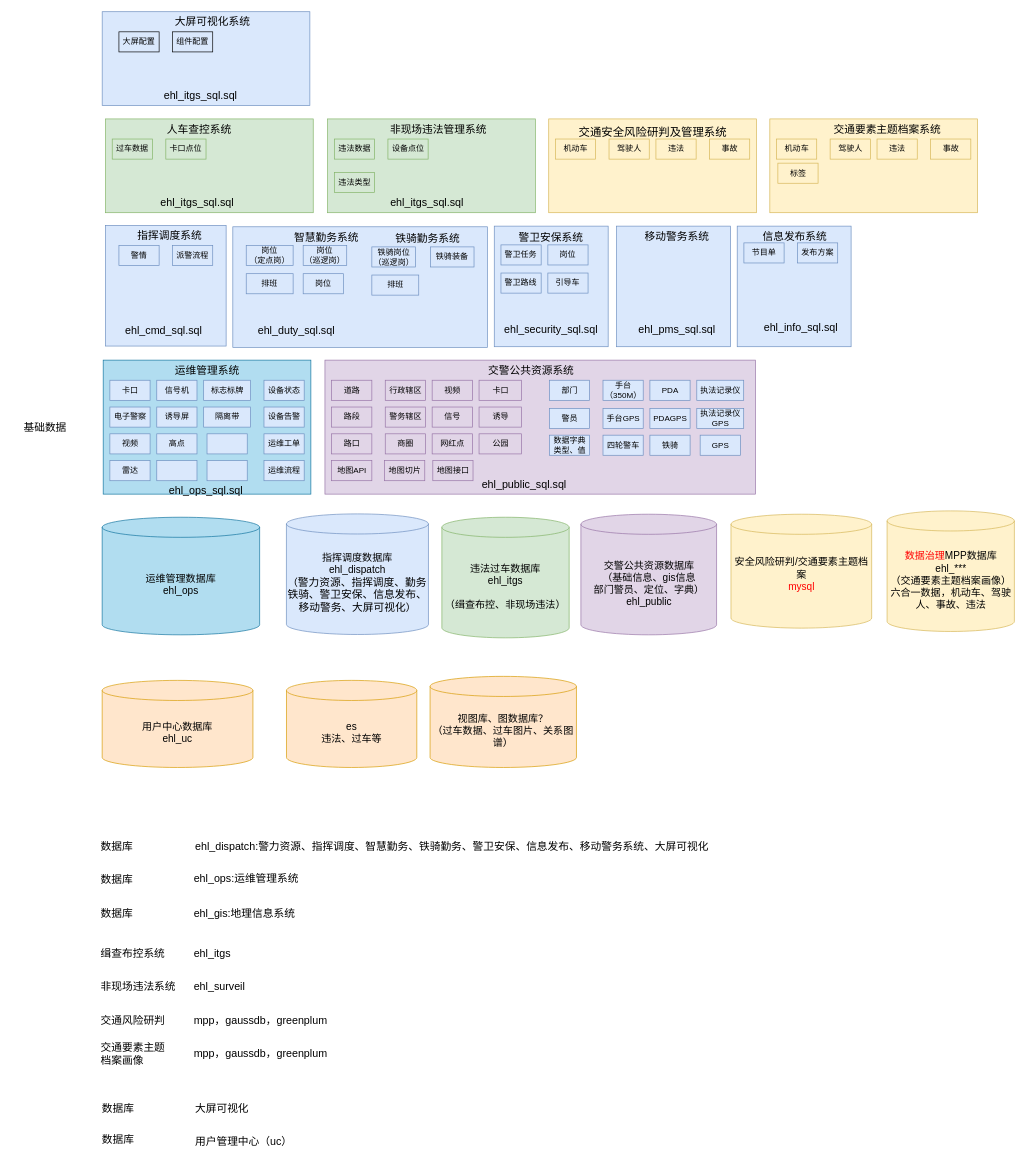
Above: page "数据库架构图" (2 of 3) of 应用基线产品架构.drawio in bj-ehualu/drawio (draw.io), before the change. Source tidied: cells renumbered, new cells numbered last; positions are measured from the earlier drawing's top-left corner, leaving out a move shared by most shapes. Both pictures are drawn from the tidied source at 67%, with x=0, y=0 at pixel (11, 11).
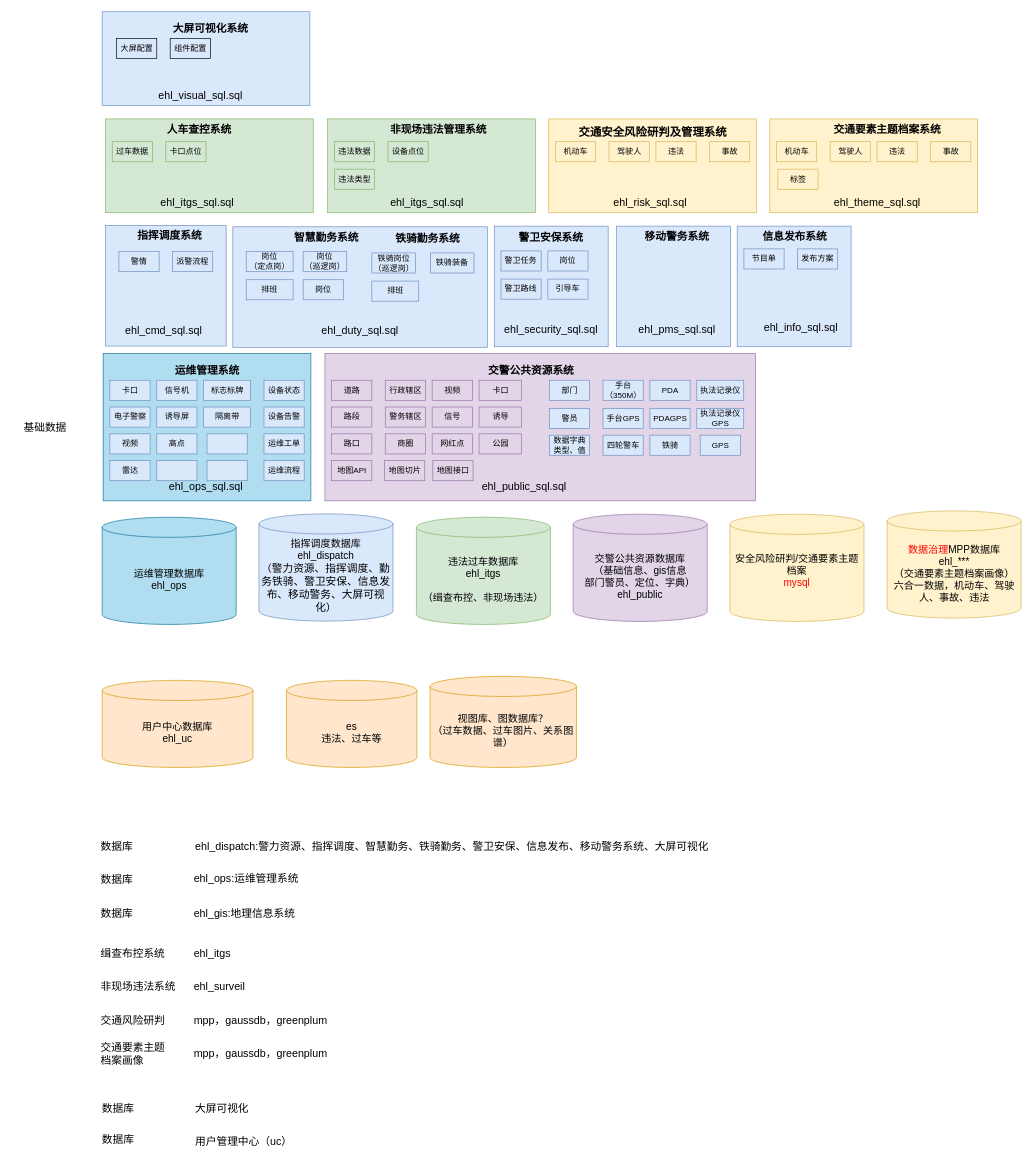
After the change.

Commit message (it also covers changes not shown here):
更新应用基线产品架构.drawio

The edit, as a diff of the source:
```diff
@@
     <mxCell id="2" style="rounded=0;whiteSpace=wrap;html=1;fillColor=#e1d5e7;strokeColor=#9673a6;" parent="1" vertex="1">
-      <mxGeometry x="467.5" y="520" width="642.5" height="200" as="geometry" />
+      <mxGeometry x="467.5" y="510" width="642.5" height="220" as="geometry" />
     </mxCell>
@@
-    <mxCell id="4" value="指挥调度系统" style="text;html=1;align=center;verticalAlign=middle;whiteSpace=wrap;rounded=0;fontSize=16;fillColor=none;strokeColor=none;" parent="1" vertex="1">
+    <mxCell id="4" value="指挥调度系统" style="text;html=1;align=center;verticalAlign=middle;whiteSpace=wrap;rounded=0;fontSize=16;fillColor=none;strokeColor=none;fontStyle=1;" parent="1" vertex="1">
       <mxGeometry x="186" y="319" width="100" height="30" as="geometry" />
     </mxCell>
@@
-    <mxCell id="9" value="智慧勤务系统" style="text;html=1;align=center;verticalAlign=middle;whiteSpace=wrap;rounded=0;fontSize=16;fillColor=none;strokeColor=none;" parent="1" vertex="1">
+    <mxCell id="9" value="智慧勤务系统" style="text;html=1;align=center;verticalAlign=middle;whiteSpace=wrap;rounded=0;fontSize=16;fillColor=none;strokeColor=none;fontStyle=1;" parent="1" vertex="1">
       <mxGeometry x="420" y="321" width="100" height="30" as="geometry" />
     </mxCell>
     <mxCell id="10" value="警情" style="rounded=0;whiteSpace=wrap;html=1;fillColor=#dae8fc;strokeColor=#6c8ebf;" parent="1" vertex="1">
-      <mxGeometry x="160" y="349" width="60" height="30" as="geometry" />
+      <mxGeometry x="160" y="358" width="60" height="30" as="geometry" />
     </mxCell>
     <mxCell id="11" value="派警流程" style="rounded=0;whiteSpace=wrap;html=1;fillColor=#dae8fc;strokeColor=#6c8ebf;" parent="1" vertex="1">
-      <mxGeometry x="240" y="349" width="60" height="30" as="geometry" />
+      <mxGeometry x="240" y="358" width="60" height="30" as="geometry" />
     </mxCell>
@@
     <mxCell id="22" style="rounded=0;whiteSpace=wrap;html=1;fillColor=#b1ddf0;strokeColor=#10739e;" parent="1" vertex="1">
-      <mxGeometry x="136.5" y="520" width="310" height="200" as="geometry" />
+      <mxGeometry x="136.5" y="510" width="310" height="220" as="geometry" />
     </mxCell>
@@
-    <mxCell id="36" value="交警公共资源系统" style="text;html=1;align=center;verticalAlign=middle;whiteSpace=wrap;rounded=0;fontSize=16;fillColor=none;strokeColor=none;" parent="1" vertex="1">
+    <mxCell id="36" value="交警公共资源系统" style="text;html=1;align=center;verticalAlign=middle;whiteSpace=wrap;rounded=0;fontSize=16;fillColor=none;strokeColor=none;fontStyle=1;" parent="1" vertex="1">
       <mxGeometry x="697.5" y="520" width="155" height="29" as="geometry" />
     </mxCell>
-    <mxCell id="37" value="运维管理系统" style="text;html=1;align=center;verticalAlign=middle;whiteSpace=wrap;rounded=0;fontSize=16;" parent="1" vertex="1">
+    <mxCell id="37" value="运维管理系统" style="text;html=1;align=center;verticalAlign=middle;whiteSpace=wrap;rounded=0;fontSize=16;fontStyle=1;" parent="1" vertex="1">
       <mxGeometry x="241.5" y="520" width="100" height="30" as="geometry" />
     </mxCell>
@@
     <mxCell id="52" value="岗位&lt;div&gt;（定点岗）&lt;/div&gt;" style="rounded=0;whiteSpace=wrap;html=1;fillColor=#dae8fc;strokeColor=#6c8ebf;" parent="1" vertex="1">
-      <mxGeometry x="350" y="349" width="70" height="30" as="geometry" />
+      <mxGeometry x="350" y="358" width="70" height="30" as="geometry" />
     </mxCell>
     <mxCell id="53" value="排班" style="rounded=0;whiteSpace=wrap;html=1;fillColor=#dae8fc;strokeColor=#6c8ebf;" parent="1" vertex="1">
-      <mxGeometry x="350" y="391" width="70" height="30" as="geometry" />
+      <mxGeometry x="350" y="400" width="70" height="30" as="geometry" />
     </mxCell>
     <mxCell id="54" value="岗位&lt;br&gt;（巡逻岗）" style="rounded=0;whiteSpace=wrap;html=1;fillColor=#dae8fc;strokeColor=#6c8ebf;" parent="1" vertex="1">
-      <mxGeometry x="435" y="349" width="65" height="30" as="geometry" />
+      <mxGeometry x="435" y="358" width="65" height="30" as="geometry" />
     </mxCell>
     <mxCell id="55" value="岗位" style="rounded=0;whiteSpace=wrap;html=1;fillColor=#dae8fc;strokeColor=#6c8ebf;" parent="1" vertex="1">
-      <mxGeometry x="435" y="391" width="60" height="30" as="geometry" />
+      <mxGeometry x="435" y="400" width="60" height="30" as="geometry" />
     </mxCell>
-    <mxCell id="56" value="铁骑勤务系统" style="text;html=1;align=center;verticalAlign=middle;whiteSpace=wrap;rounded=0;fontSize=16;fillColor=none;strokeColor=none;" parent="1" vertex="1">
+    <mxCell id="56" value="铁骑勤务系统" style="text;html=1;align=center;verticalAlign=middle;whiteSpace=wrap;rounded=0;fontSize=16;fillColor=none;strokeColor=none;fontStyle=1;" parent="1" vertex="1">
       <mxGeometry x="571" y="323" width="100" height="30" as="geometry" />
     </mxCell>
     <mxCell id="57" value="排班" style="rounded=0;whiteSpace=wrap;html=1;fillColor=#dae8fc;strokeColor=#6c8ebf;" parent="1" vertex="1">
-      <mxGeometry x="537.5" y="393" width="70" height="30" as="geometry" />
+      <mxGeometry x="537.5" y="402" width="70" height="30" as="geometry" />
     </mxCell>
     <mxCell id="58" value="铁骑岗位&lt;br&gt;（巡逻岗）" style="rounded=0;whiteSpace=wrap;html=1;fillColor=#dae8fc;strokeColor=#6c8ebf;" parent="1" vertex="1">
-      <mxGeometry x="537.5" y="351" width="65" height="30" as="geometry" />
+      <mxGeometry x="537.5" y="360" width="65" height="30" as="geometry" />
     </mxCell>
@@
-    <mxCell id="60" value="人车查控系统" style="text;html=1;align=center;verticalAlign=middle;whiteSpace=wrap;rounded=0;fontSize=16;fillColor=none;strokeColor=none;" parent="1" vertex="1">
+    <mxCell id="60" value="人车查控系统" style="text;html=1;align=center;verticalAlign=middle;whiteSpace=wrap;rounded=0;fontSize=16;fillColor=none;strokeColor=none;fontStyle=1;" parent="1" vertex="1">
       <mxGeometry x="230" y="160" width="100" height="30" as="geometry" />
     </mxCell>
     <mxCell id="61" value="过车数据" style="rounded=0;whiteSpace=wrap;html=1;fillColor=#d5e8d4;strokeColor=#82b366;" parent="1" vertex="1">
-      <mxGeometry x="150" y="190" width="60" height="30" as="geometry" />
+      <mxGeometry x="150" y="194" width="60" height="30" as="geometry" />
     </mxCell>
     <mxCell id="62" value="卡口点位" style="rounded=0;whiteSpace=wrap;html=1;fillColor=#d5e8d4;strokeColor=#82b366;" parent="1" vertex="1">
-      <mxGeometry x="230" y="190" width="60" height="30" as="geometry" />
+      <mxGeometry x="230" y="194" width="60" height="30" as="geometry" />
     </mxCell>
@@
-    <mxCell id="64" value="非现场违法管理系统" style="text;html=1;align=center;verticalAlign=middle;whiteSpace=wrap;rounded=0;fontSize=16;fillColor=none;strokeColor=none;" parent="1" vertex="1">
+    <mxCell id="64" value="非现场违法管理系统" style="text;html=1;align=center;verticalAlign=middle;whiteSpace=wrap;rounded=0;fontSize=16;fillColor=none;strokeColor=none;fontStyle=1;" parent="1" vertex="1">
       <mxGeometry x="561.5" y="160" width="150" height="30" as="geometry" />
     </mxCell>
     <mxCell id="65" value="违法数据" style="rounded=0;whiteSpace=wrap;html=1;fillColor=#d5e8d4;strokeColor=#82b366;" parent="1" vertex="1">
-      <mxGeometry x="481.5" y="190" width="60" height="30" as="geometry" />
+      <mxGeometry x="481.5" y="194" width="60" height="30" as="geometry" />
     </mxCell>
     <mxCell id="66" value="设备点位" style="rounded=0;whiteSpace=wrap;html=1;fillColor=#d5e8d4;strokeColor=#82b366;" parent="1" vertex="1">
-      <mxGeometry x="561.5" y="190" width="60" height="30" as="geometry" />
+      <mxGeometry x="561.5" y="194" width="60" height="30" as="geometry" />
     </mxCell>
@@
-    <mxCell id="68" value="交通要素主题档案系统" style="text;html=1;align=center;verticalAlign=middle;whiteSpace=wrap;rounded=0;fontSize=16;fillColor=none;strokeColor=none;" parent="1" vertex="1">
+    <mxCell id="68" value="交通要素主题档案系统" style="text;html=1;align=center;verticalAlign=middle;whiteSpace=wrap;rounded=0;fontSize=16;fillColor=none;strokeColor=none;fontStyle=1;" parent="1" vertex="1">
       <mxGeometry x="1221.5" y="160" width="170" height="30" as="geometry" />
     </mxCell>
     <mxCell id="69" value="机动车" style="rounded=0;whiteSpace=wrap;html=1;fillColor=#fff2cc;strokeColor=#d6b656;" parent="1" vertex="1">
-      <mxGeometry x="1141.5" y="190" width="60" height="30" as="geometry" />
+      <mxGeometry x="1141.5" y="194" width="60" height="30" as="geometry" />
     </mxCell>
     <mxCell id="70" value="驾驶人" style="rounded=0;whiteSpace=wrap;html=1;fillColor=#fff2cc;strokeColor=#d6b656;" parent="1" vertex="1">
-      <mxGeometry x="1221.5" y="190" width="60" height="30" as="geometry" />
+      <mxGeometry x="1221.5" y="194" width="60" height="30" as="geometry" />
     </mxCell>
     <mxCell id="71" value="违法类型" style="rounded=0;whiteSpace=wrap;html=1;fillColor=#d5e8d4;strokeColor=#82b366;" parent="1" vertex="1">
-      <mxGeometry x="481.5" y="240" width="60" height="30" as="geometry" />
+      <mxGeometry x="481.5" y="235" width="60" height="30" as="geometry" />
     </mxCell>
@@
-    <mxCell id="73" value="警卫安保系统" style="text;html=1;align=center;verticalAlign=middle;whiteSpace=wrap;rounded=0;fontSize=16;fillColor=none;strokeColor=none;" parent="1" vertex="1">
+    <mxCell id="73" value="警卫安保系统" style="text;html=1;align=center;verticalAlign=middle;whiteSpace=wrap;rounded=0;fontSize=16;fillColor=none;strokeColor=none;fontStyle=1;" parent="1" vertex="1">
       <mxGeometry x="755.2" y="322" width="100" height="30" as="geometry" />
     </mxCell>
     <mxCell id="74" value="岗位" style="rounded=0;whiteSpace=wrap;html=1;fillColor=#dae8fc;strokeColor=#6c8ebf;" parent="1" vertex="1">
-      <mxGeometry x="800.2" y="348" width="60" height="30" as="geometry" />
+      <mxGeometry x="800.2" y="357" width="60" height="30" as="geometry" />
     </mxCell>
     <mxCell id="75" value="引导车" style="rounded=0;whiteSpace=wrap;html=1;fillColor=#dae8fc;strokeColor=#6c8ebf;" parent="1" vertex="1">
-      <mxGeometry x="800.2" y="390" width="60" height="30" as="geometry" />
+      <mxGeometry x="800.2" y="399" width="60" height="30" as="geometry" />
     </mxCell>
     <mxCell id="76" value="违法" style="rounded=0;whiteSpace=wrap;html=1;fillColor=#fff2cc;strokeColor=#d6b656;" parent="1" vertex="1">
-      <mxGeometry x="1291.5" y="190" width="60" height="30" as="geometry" />
+      <mxGeometry x="1291.5" y="194" width="60" height="30" as="geometry" />
     </mxCell>
     <mxCell id="77" value="事故" style="rounded=0;whiteSpace=wrap;html=1;fillColor=#fff2cc;strokeColor=#d6b656;" parent="1" vertex="1">
-      <mxGeometry x="1371.5" y="190" width="60" height="30" as="geometry" />
+      <mxGeometry x="1371.5" y="194" width="60" height="30" as="geometry" />
     </mxCell>
@@
-    <mxCell id="79" value="&lt;span style=&quot;font-size: 17px;&quot;&gt;交通安全风险研判及管理系统&lt;/span&gt;" style="text;html=1;align=center;verticalAlign=middle;whiteSpace=wrap;rounded=0;fontSize=17;fillColor=none;strokeColor=none;labelBackgroundColor=none;labelBorderColor=none;" parent="1" vertex="1">
+    <mxCell id="79" value="&lt;span style=&quot;font-size: 17px;&quot;&gt;交通安全风险研判及管理系统&lt;/span&gt;" style="text;html=1;align=center;verticalAlign=middle;whiteSpace=wrap;rounded=0;fontSize=17;fillColor=none;strokeColor=none;labelBackgroundColor=none;labelBorderColor=none;fontStyle=1;" parent="1" vertex="1">
       <mxGeometry x="841.5" y="166" width="230" height="30" as="geometry" />
     </mxCell>
     <mxCell id="80" value="机动车" style="rounded=0;whiteSpace=wrap;html=1;fillColor=#fff2cc;strokeColor=#d6b656;" parent="1" vertex="1">
-      <mxGeometry x="811.5" y="190" width="60" height="30" as="geometry" />
+      <mxGeometry x="811.5" y="194" width="60" height="30" as="geometry" />
     </mxCell>
     <mxCell id="81" value="驾驶人" style="rounded=0;whiteSpace=wrap;html=1;fillColor=#fff2cc;strokeColor=#d6b656;" parent="1" vertex="1">
-      <mxGeometry x="891.5" y="190" width="60" height="30" as="geometry" />
+      <mxGeometry x="891.5" y="194" width="60" height="30" as="geometry" />
     </mxCell>
     <mxCell id="82" value="违法" style="rounded=0;whiteSpace=wrap;html=1;fillColor=#fff2cc;strokeColor=#d6b656;" parent="1" vertex="1">
-      <mxGeometry x="961.5" y="190" width="60" height="30" as="geometry" />
+      <mxGeometry x="961.5" y="194" width="60" height="30" as="geometry" />
     </mxCell>
     <mxCell id="83" value="事故" style="rounded=0;whiteSpace=wrap;html=1;fillColor=#fff2cc;strokeColor=#d6b656;" parent="1" vertex="1">
-      <mxGeometry x="1041.5" y="190" width="60" height="30" as="geometry" />
+      <mxGeometry x="1041.5" y="194" width="60" height="30" as="geometry" />
     </mxCell>
     <mxCell id="84" value="铁骑装备" style="rounded=0;whiteSpace=wrap;html=1;fillColor=#dae8fc;strokeColor=#6c8ebf;" parent="1" vertex="1">
-      <mxGeometry x="625" y="351" width="65" height="30" as="geometry" />
+      <mxGeometry x="625" y="360" width="65" height="30" as="geometry" />
     </mxCell>
     <mxCell id="85" value="警卫任务" style="rounded=0;whiteSpace=wrap;html=1;fillColor=#dae8fc;strokeColor=#6c8ebf;" parent="1" vertex="1">
-      <mxGeometry x="730.2" y="348" width="60" height="30" as="geometry" />
+      <mxGeometry x="730.2" y="357" width="60" height="30" as="geometry" />
     </mxCell>
     <mxCell id="86" value="警卫路线" style="rounded=0;whiteSpace=wrap;html=1;fillColor=#dae8fc;strokeColor=#6c8ebf;" parent="1" vertex="1">
-      <mxGeometry x="730.2" y="390" width="60" height="30" as="geometry" />
+      <mxGeometry x="730.2" y="399" width="60" height="30" as="geometry" />
     </mxCell>
@@
-    <mxCell id="106" value="大屏可视化系统" style="text;html=1;align=center;verticalAlign=middle;whiteSpace=wrap;rounded=0;fontSize=16;" parent="1" vertex="1">
-      <mxGeometry x="240" width="120" height="30" as="geometry" />
+    <mxCell id="106" value="大屏可视化系统" style="text;html=1;align=center;verticalAlign=middle;whiteSpace=wrap;rounded=0;fontSize=16;fontStyle=1;" parent="1" vertex="1">
+      <mxGeometry x="236.5" y="10" width="120" height="30" as="geometry" />
     </mxCell>
     <mxCell id="107" value="大屏配置" style="rounded=0;whiteSpace=wrap;html=1;fillColor=none;" parent="1" vertex="1">
-      <mxGeometry x="160" y="30" width="60" height="30" as="geometry" />
+      <mxGeometry x="156.5" y="40" width="60" height="30" as="geometry" />
     </mxCell>
     <mxCell id="108" value="组件配置" style="rounded=0;whiteSpace=wrap;html=1;fillColor=none;" parent="1" vertex="1">
-      <mxGeometry x="240" y="30" width="60" height="30" as="geometry" />
+      <mxGeometry x="236.5" y="40" width="60" height="30" as="geometry" />
     </mxCell>
@@
-    <mxCell id="110" value="信息发布系统" style="text;html=1;align=center;verticalAlign=middle;whiteSpace=wrap;rounded=0;fontSize=16;" parent="1" vertex="1">
+    <mxCell id="110" value="信息发布系统" style="text;html=1;align=center;verticalAlign=middle;whiteSpace=wrap;rounded=0;fontSize=16;fontStyle=1;" parent="1" vertex="1">
       <mxGeometry x="1119.2" y="320" width="100" height="30" as="geometry" />
     </mxCell>
     <mxCell id="111" value="节目单" style="rounded=0;whiteSpace=wrap;html=1;fillColor=#dae8fc;strokeColor=#6c8ebf;" parent="1" vertex="1">
-      <mxGeometry x="1092.8" y="345" width="60" height="30" as="geometry" />
+      <mxGeometry x="1092.8" y="354" width="60" height="30" as="geometry" />
     </mxCell>
     <mxCell id="112" value="发布方案" style="rounded=0;whiteSpace=wrap;html=1;fillColor=#dae8fc;strokeColor=#6c8ebf;" parent="1" vertex="1">
-      <mxGeometry x="1172.8" y="345" width="60" height="30" as="geometry" />
+      <mxGeometry x="1172.8" y="354" width="60" height="30" as="geometry" />
     </mxCell>
@@
-    <mxCell id="114" value="移动警务系统" style="text;html=1;align=center;verticalAlign=middle;whiteSpace=wrap;rounded=0;fontSize=16;fillColor=none;strokeColor=none;" parent="1" vertex="1">
+    <mxCell id="114" value="移动警务系统" style="text;html=1;align=center;verticalAlign=middle;whiteSpace=wrap;rounded=0;fontSize=16;fillColor=none;strokeColor=none;fontStyle=1;" parent="1" vertex="1">
       <mxGeometry x="942.8" y="320" width="100" height="30" as="geometry" />
     </mxCell>
     <mxCell id="115" value="指挥调度数据库&lt;div style=&quot;font-size: 15px;&quot;&gt;ehl_dispatch&lt;/div&gt;&lt;div style=&quot;font-size: 15px;&quot;&gt;（&lt;span style=&quot;font-size: 16px; text-align: left; background-color: initial;&quot;&gt;警力资源、指挥调度、勤务铁骑、警卫安保、信息发布、移动警务、大屏可视化&lt;/span&gt;&lt;span style=&quot;background-color: initial;&quot;&gt;）&lt;/span&gt;&lt;/div&gt;" style="shape=cylinder3;whiteSpace=wrap;html=1;boundedLbl=1;backgroundOutline=1;size=15;fontSize=15;fillColor=#dae8fc;strokeColor=#6c8ebf;" parent="1" vertex="1">
-      <mxGeometry x="410" y="749.5" width="212" height="180" as="geometry" />
+      <mxGeometry x="369" y="749.5" width="200" height="160" as="geometry" />
     </mxCell>
     <mxCell id="116" value="运维管理数据库&lt;div&gt;ehl_ops&lt;/div&gt;" style="shape=cylinder3;whiteSpace=wrap;html=1;boundedLbl=1;backgroundOutline=1;size=15;fontSize=15;fillColor=#b1ddf0;strokeColor=#10739e;" parent="1" vertex="1">
-      <mxGeometry x="135" y="754.5" width="235" height="175.5" as="geometry" />
+      <mxGeometry x="135" y="754.5" width="200" height="160" as="geometry" />
     </mxCell>
     <mxCell id="117" value="违法过车数据库&lt;div&gt;ehl_itgs&lt;/div&gt;&lt;div&gt;&lt;br&gt;&lt;div&gt;（缉查布控、非现场违法）&lt;/div&gt;&lt;/div&gt;" style="shape=cylinder3;whiteSpace=wrap;html=1;boundedLbl=1;backgroundOutline=1;size=15;fontSize=15;fillColor=#d5e8d4;strokeColor=#82b366;" parent="1" vertex="1">
-      <mxGeometry x="642" y="754.5" width="190" height="180" as="geometry" />
+      <mxGeometry x="604" y="754.5" width="200" height="160" as="geometry" />
     </mxCell>
     <mxCell id="118" value="&lt;div&gt;&lt;span style=&quot;color: rgb(255, 0, 0); background-color: initial;&quot;&gt;数据治理&lt;/span&gt;MPP数据库&lt;/div&gt;&lt;div&gt;ehl_***&lt;/div&gt;&lt;div&gt;（&lt;span style=&quot;background-color: initial;&quot;&gt;交通要素主题档案画像）&lt;/span&gt;&lt;/div&gt;&lt;div&gt;六合一数据，机动车、驾驶人、事故、违法&lt;/div&gt;" style="shape=cylinder3;whiteSpace=wrap;html=1;boundedLbl=1;backgroundOutline=1;size=15;fontSize=15;fillColor=#fff2cc;strokeColor=#d6b656;" parent="1" vertex="1">
-      <mxGeometry x="1306.5" y="745" width="190" height="180" as="geometry" />
+      <mxGeometry x="1306.5" y="745" width="200" height="160" as="geometry" />
     </mxCell>
@@
     <mxCell id="120" value="交警公共资源数据库&lt;div&gt;（基础信息、gis信息&lt;/div&gt;&lt;div&gt;部门警员、定位、字典）&lt;/div&gt;&lt;div&gt;ehl_public&lt;/div&gt;" style="shape=cylinder3;whiteSpace=wrap;html=1;boundedLbl=1;backgroundOutline=1;size=15;fontSize=15;fillColor=#e1d5e7;strokeColor=#9673a6;" parent="1" vertex="1">
-      <mxGeometry x="849.5" y="750" width="202.5" height="180" as="geometry" />
+      <mxGeometry x="838" y="750" width="200" height="160" as="geometry" />
     </mxCell>
@@
     <mxCell id="127" value="标签" style="rounded=0;whiteSpace=wrap;html=1;fillColor=#fff2cc;strokeColor=#d6b656;" parent="1" vertex="1">
-      <mxGeometry x="1143.5" y="226" width="60" height="30" as="geometry" />
+      <mxGeometry x="1143.5" y="235" width="60" height="30" as="geometry" />
     </mxCell>
     <mxCell id="128" value="安全风险研判/交通要素主题档案&lt;div&gt;&lt;font color=&quot;#ff0000&quot;&gt;mysql&lt;/font&gt;&lt;/div&gt;&lt;div&gt;&lt;br&gt;&lt;/div&gt;" style="shape=cylinder3;whiteSpace=wrap;html=1;boundedLbl=1;backgroundOutline=1;size=15;fontSize=15;fillColor=#fff2cc;strokeColor=#d6b656;" parent="1" vertex="1">
-      <mxGeometry x="1073.5" y="750" width="210" height="170" as="geometry" />
+      <mxGeometry x="1072" y="750" width="200" height="160" as="geometry" />
     </mxCell>
@@
     <mxCell id="130" value="ehl_duty_sql.sql" style="text;html=1;align=center;verticalAlign=middle;whiteSpace=wrap;rounded=0;fontSize=16;fillColor=none;strokeColor=none;" parent="1" vertex="1">
-      <mxGeometry x="355" y="460" width="140" height="30" as="geometry" />
+      <mxGeometry x="450" y="460" width="140" height="30" as="geometry" />
     </mxCell>
@@
     <mxCell id="134" value="ehl_public_sql.sql" style="text;html=1;align=center;verticalAlign=middle;whiteSpace=wrap;rounded=0;fontSize=16;fillColor=none;strokeColor=none;" parent="1" vertex="1">
-      <mxGeometry x="655.2" y="690" width="220" height="30" as="geometry" />
+      <mxGeometry x="655.2" y="694" width="220" height="30" as="geometry" />
     </mxCell>
@@
     <mxCell id="137" value="ehl_ops_sql.sql" style="text;html=1;align=center;verticalAlign=middle;whiteSpace=wrap;rounded=0;fontSize=16;fillColor=none;strokeColor=none;" parent="1" vertex="1">
-      <mxGeometry x="180" y="700" width="220" height="30" as="geometry" />
+      <mxGeometry x="180" y="694" width="220" height="30" as="geometry" />
     </mxCell>
-    <mxCell id="138" value="ehl_itgs_sql.sql" style="text;html=1;align=center;verticalAlign=middle;whiteSpace=wrap;rounded=0;fontSize=16;fillColor=none;strokeColor=none;" parent="1" vertex="1">
+    <mxCell id="138" value="ehl_visual_sql.sql" style="text;html=1;align=center;verticalAlign=middle;whiteSpace=wrap;rounded=0;fontSize=16;fillColor=none;strokeColor=none;" parent="1" vertex="1">
       <mxGeometry x="211.5" y="110" width="140" height="30" as="geometry" />
     </mxCell>
+    <mxCell id="139" value="ehl_theme_sql.sql" style="text;html=1;align=center;verticalAlign=middle;whiteSpace=wrap;rounded=0;fontSize=16;fillColor=none;strokeColor=none;" parent="1" vertex="1">
+      <mxGeometry x="1221.5" y="270" width="140" height="30" as="geometry" />
+    </mxCell>
+    <mxCell id="140" value="ehl_risk_sql.sql" style="text;html=1;align=center;verticalAlign=middle;whiteSpace=wrap;rounded=0;fontSize=16;fillColor=none;strokeColor=none;" parent="1" vertex="1">
+      <mxGeometry x="882.5" y="270" width="140" height="30" as="geometry" />
+    </mxCell>
```
